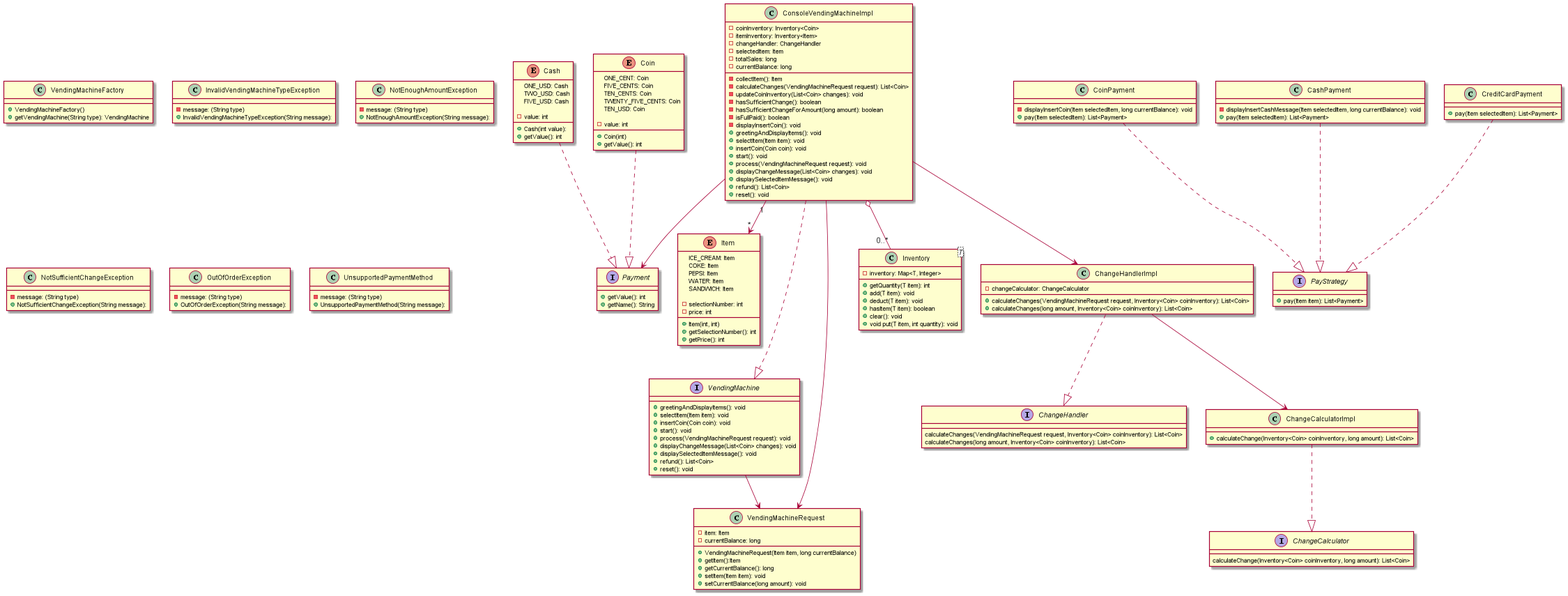
hantruongth/VendingMachine keeps this PlantUML diagram as Class_Diagram.png. Above is the earlier version.
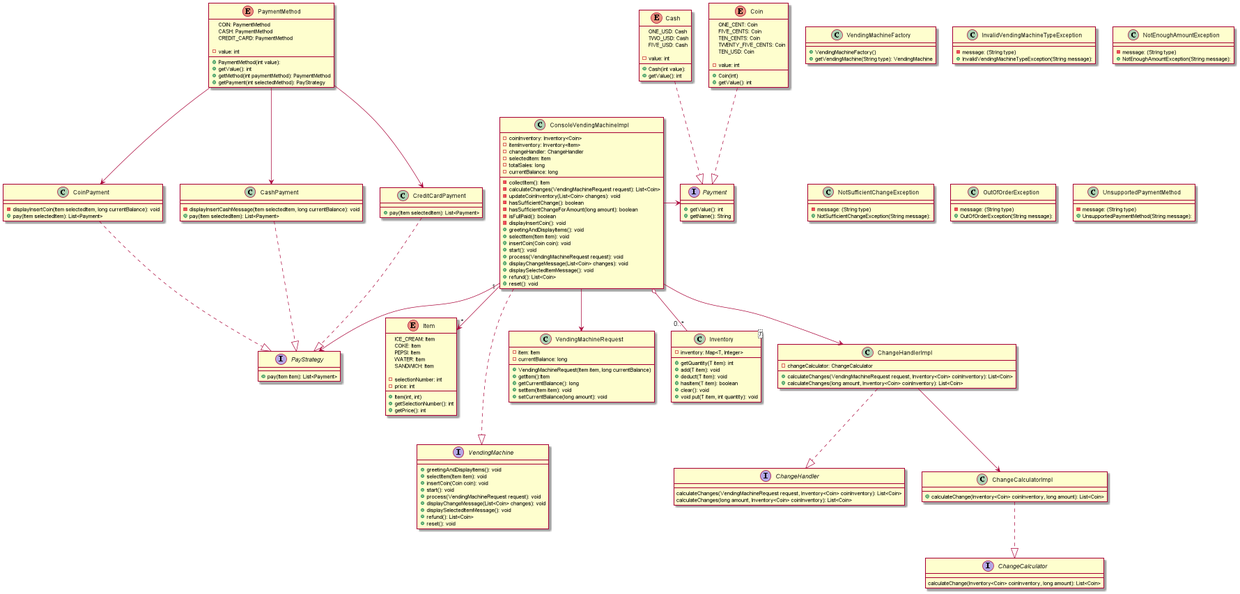
Later version of the same file.

Change to the diagram source:
```diff
@@ -24,6 +24,22 @@
 CoinPayment ..|> PayStrategy
 CashPayment ..|> PayStrategy
 CreditCardPayment ..|> PayStrategy
+
+enum PaymentMethod {
+COIN: PaymentMethod
+CASH: PaymentMethod
+CREDIT_CARD: PaymentMethod
+
+- value: int
++ PaymentMethod(int value):
++ getValue(): int
++ getMethod(int paymentMethod): PaymentMethod
++ getPayment(int selectedMethod): PayStrategy
+}
+PaymentMethod --> CoinPayment
+PaymentMethod --> CashPayment
+PaymentMethod --> CreditCardPayment
+
 
 enum Cash {
 ONE_USD: Cash
@@ -86,9 +102,10 @@
 ConsoleVendingMachineImpl ...|> VendingMachine
 ConsoleVendingMachineImpl --> VendingMachineRequest
 ConsoleVendingMachineImpl  o-- "0..*" Inventory
-VendingMachine --> VendingMachineRequest
+
 ConsoleVendingMachineImpl --> ChangeHandlerImpl
-ConsoleVendingMachineImpl --> Payment
+ConsoleVendingMachineImpl -> Payment
+ConsoleVendingMachineImpl --> PayStrategy
 
 class ConsoleVendingMachineImpl {
 - coinInventory: Inventory<Coin>
```
